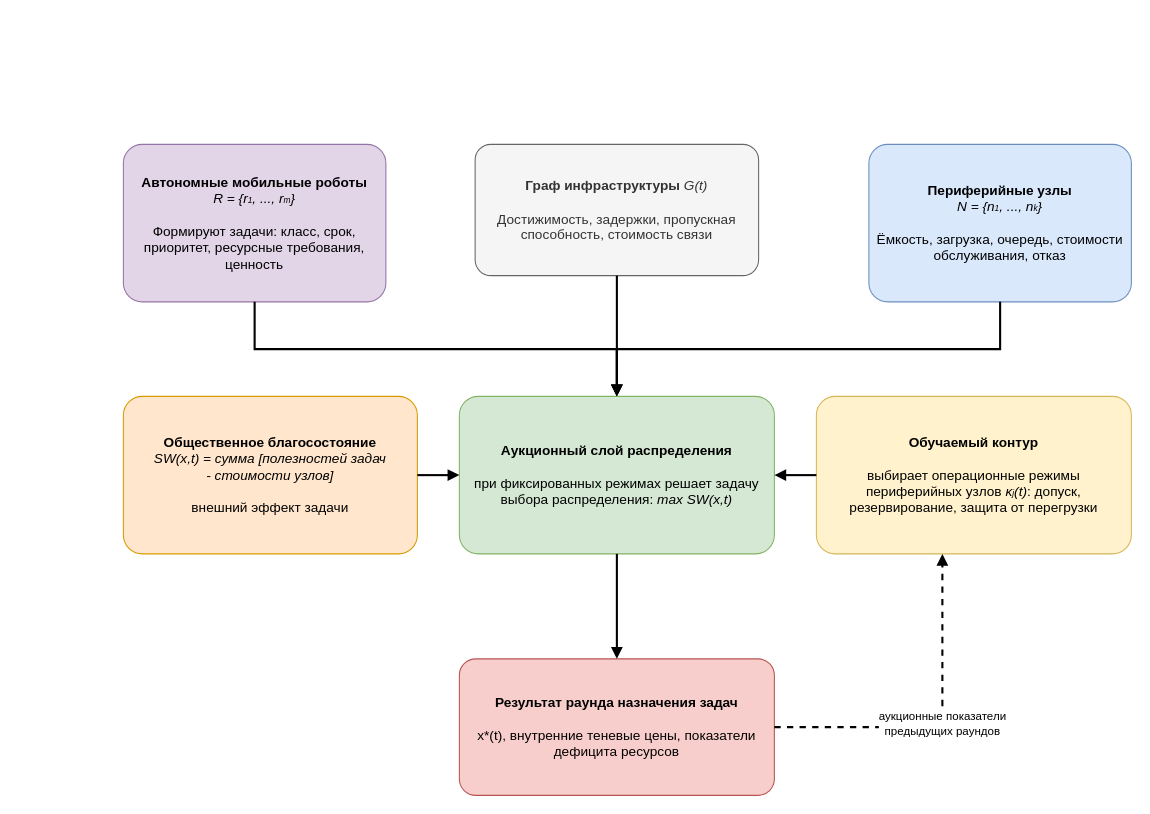
Before: Dissertation/images/drawio/ch2_model_mapping.drawio in Dima12101/SPbU-Phd-LaTeX-Dissertation, a draw.io diagram. Source tidied: cells renumbered, new cells numbered last; positions are measured from the earlier drawing's top-left corner, leaving out a move shared by most shapes. Both pictures are drawn from the tidied source at 105%, with x=0, y=0 at pixel (123, 144).
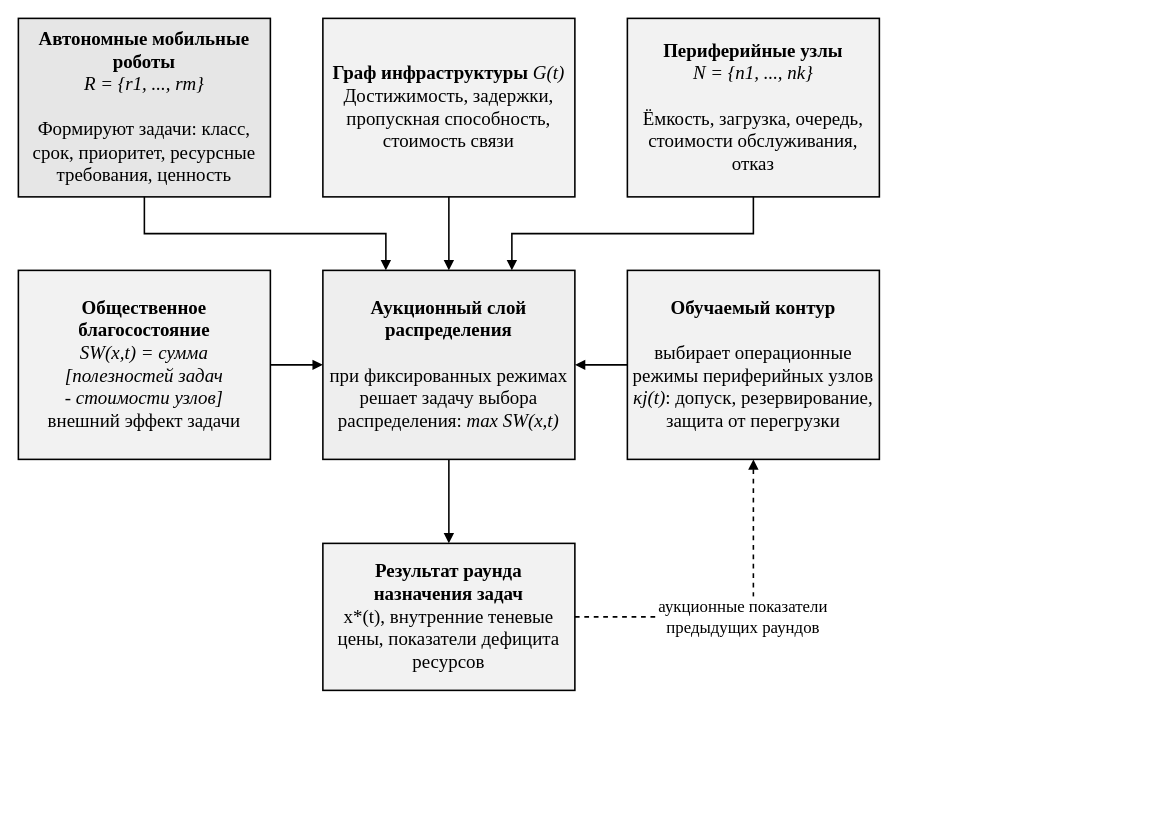
The same diagram, later.

Diff of the diagram source:
```diff
@@
-<mxGraphModel>
+<mxGraphModel background="#ffffff">
@@
-    <mxCell id="2" value="&lt;b&gt;Автономные мобильные роботы&lt;br&gt;&lt;/b&gt;&lt;i&gt;R = {r&lt;font style=&quot;font-size: 8px;&quot;&gt;1&lt;/font&gt;, ..., r&lt;font style=&quot;font-size: 8px;&quot;&gt;m&lt;/font&gt;}&lt;br&gt;&lt;/i&gt;&lt;br&gt;Формируют задачи: класс, срок, приоритет, ресурсные требования, ценность" style="rounded=1;whiteSpace=wrap;html=1;arcSize=12;fillColor=#e1d5e7;strokeColor=#9673a6;fontSize=13;align=center;verticalAlign=middle;spacing=8;" parent="1" vertex="1">
-      <mxGeometry width="250" height="150" as="geometry" />
+    <mxCell id="2" value="&lt;b&gt;Автономные мобильные роботы&lt;br&gt;&lt;/b&gt;&lt;i&gt;R = {r&lt;font style=&quot;&quot;&gt;1&lt;/font&gt;, ..., r&lt;font style=&quot;&quot;&gt;m&lt;/font&gt;}&lt;br&gt;&lt;/i&gt;&lt;br&gt;Формируют задачи: класс, срок, приоритет, ресурсные требования, ценность" style="rounded=0;whiteSpace=wrap;html=1;arcSize=12;fillColor=#e6e6e6;strokeColor=#000000;fontSize=18;align=center;verticalAlign=middle;spacing=6;fontColor=#000000;fontFamily=Times New Roman;shadow=0;gradientColor=none;glass=0;strokeWidth=1.5;" parent="1" vertex="1">
+      <mxGeometry x="-100" y="-120" width="240" height="170" as="geometry" />
     </mxCell>
-    <mxCell id="3" value="&lt;b&gt;Периферийные узлы&lt;br&gt;&lt;/b&gt;&lt;i&gt;N = {n&lt;font style=&quot;font-size: 8px;&quot;&gt;1&lt;/font&gt;, ..., n&lt;font style=&quot;font-size: 8px;&quot;&gt;k&lt;/font&gt;}&lt;br&gt;&lt;/i&gt;&lt;br&gt;Ёмкость, загрузка, очередь, стоимости обслуживания, отказ" style="rounded=1;whiteSpace=wrap;html=1;arcSize=12;fillColor=#dae8fc;strokeColor=#6c8ebf;fontSize=13;align=center;verticalAlign=middle;spacing=8;" parent="1" vertex="1">
-      <mxGeometry x="710" width="250" height="150" as="geometry" />
+    <mxCell id="3" value="&lt;b&gt;Периферийные узлы&lt;br&gt;&lt;/b&gt;&lt;i&gt;N = {n&lt;font style=&quot;&quot;&gt;1&lt;/font&gt;, ..., n&lt;font style=&quot;&quot;&gt;k&lt;/font&gt;}&lt;br&gt;&lt;/i&gt;&lt;br&gt;Ёмкость, загрузка, очередь, стоимости обслуживания, отказ" style="rounded=0;whiteSpace=wrap;html=1;arcSize=12;fillColor=#f2f2f2;strokeColor=#000000;fontSize=18;align=center;verticalAlign=middle;spacing=6;fontColor=#000000;fontFamily=Times New Roman;shadow=0;gradientColor=none;glass=0;strokeWidth=1.5;" parent="1" vertex="1">
+      <mxGeometry x="480" y="-120" width="240" height="170" as="geometry" />
     </mxCell>
-    <mxCell id="4" value="&lt;b&gt;Граф инфраструктуры&lt;/b&gt; &lt;i&gt;G(t)&lt;/i&gt;&lt;br&gt;&lt;br&gt;Достижимость, задержки, пропускная способность, стоимость связи" style="rounded=1;whiteSpace=wrap;html=1;arcSize=12;fillColor=#f5f5f5;strokeColor=#666666;fontSize=13;align=center;verticalAlign=middle;spacing=8;fontColor=#333333;" parent="1" vertex="1">
-      <mxGeometry x="335" width="270" height="125" as="geometry" />
+    <mxCell id="4" value="&lt;b&gt;Граф инфраструктуры&lt;/b&gt; &lt;i&gt;G(t)&lt;/i&gt;&lt;br&gt;Достижимость, задержки, пропускная способность, стоимость связи" style="rounded=0;whiteSpace=wrap;html=1;arcSize=12;fillColor=#f2f2f2;strokeColor=#000000;fontSize=18;align=center;verticalAlign=middle;spacing=6;fontColor=#000000;fontFamily=Times New Roman;shadow=0;gradientColor=none;glass=0;strokeWidth=1.5;" parent="1" vertex="1">
+      <mxGeometry x="190" y="-120" width="240" height="170" as="geometry" />
     </mxCell>
-    <mxCell id="5" value="&lt;b&gt;Обучаемый контур&lt;br&gt;&lt;/b&gt;&lt;br&gt;выбирает операционные режимы периферийных узлов &lt;i&gt;κ&lt;font style=&quot;font-size: 8px;&quot;&gt;j&lt;/font&gt;(t)&lt;/i&gt;: допуск, резервирование, защита от перегрузки" style="rounded=1;whiteSpace=wrap;html=1;arcSize=12;fillColor=#fff2cc;strokeColor=#d6b656;fontSize=13;align=center;verticalAlign=middle;spacing=8;" parent="1" vertex="1">
-      <mxGeometry x="660" y="240" width="300" height="150" as="geometry" />
+    <mxCell id="5" value="&lt;b&gt;Обучаемый контур&lt;br&gt;&lt;/b&gt;&lt;br&gt;выбирает операционные режимы периферийных узлов &lt;i&gt;κ&lt;font style=&quot;&quot;&gt;j&lt;/font&gt;(t)&lt;/i&gt;: допуск, резервирование, защита от перегрузки" style="rounded=0;whiteSpace=wrap;html=1;arcSize=12;fillColor=#f2f2f2;strokeColor=#000000;fontSize=18;align=center;verticalAlign=middle;spacing=6;fontColor=#000000;fontFamily=Times New Roman;shadow=0;gradientColor=none;glass=0;strokeWidth=1.5;" parent="1" vertex="1">
+      <mxGeometry x="480" y="120" width="240" height="180" as="geometry" />
     </mxCell>
-    <mxCell id="6" value="&lt;b&gt;Аукционный слой распределения&lt;br&gt;&lt;/b&gt;&lt;br&gt;при фиксированных режимах решает задачу выбора распределения: &lt;i&gt;max SW(x,t)&lt;/i&gt;" style="rounded=1;whiteSpace=wrap;html=1;arcSize=12;fillColor=#d5e8d4;strokeColor=#82b366;fontSize=13;align=center;verticalAlign=middle;spacing=8;" parent="1" vertex="1">
-      <mxGeometry x="320" y="240" width="300" height="150" as="geometry" />
+    <mxCell id="6" value="&lt;b&gt;Аукционный слой распределения&lt;br&gt;&lt;/b&gt;&lt;br&gt;при фиксированных режимах решает задачу выбора распределения: &lt;i&gt;max SW(x,t)&lt;/i&gt;" style="rounded=0;whiteSpace=wrap;html=1;arcSize=12;fillColor=#eeeeee;strokeColor=#000000;fontSize=18;align=center;verticalAlign=middle;spacing=6;fontColor=#000000;fontFamily=Times New Roman;shadow=0;gradientColor=none;glass=0;strokeWidth=1.5;" parent="1" vertex="1">
+      <mxGeometry x="190" y="120" width="240" height="180" as="geometry" />
     </mxCell>
-    <mxCell id="7" value="&lt;b&gt;Общественное благосостояние &lt;br&gt;&lt;/b&gt;&lt;i&gt;SW(x,t) = сумма [полезностей задач &lt;br&gt;- стоимости узлов]&lt;/i&gt;&lt;br&gt;&lt;br&gt;внешний эффект задачи" style="rounded=1;whiteSpace=wrap;html=1;arcSize=12;fillColor=#ffe6cc;strokeColor=#d79b00;fontSize=13;align=center;verticalAlign=middle;spacing=8;" parent="1" vertex="1">
-      <mxGeometry y="240" width="280" height="150" as="geometry" />
+    <mxCell id="7" value="&lt;b&gt;Общественное благосостояние &lt;br&gt;&lt;/b&gt;&lt;i&gt;SW(x,t) = сумма [полезностей задач &lt;br&gt;- стоимости узлов]&lt;/i&gt;&lt;br&gt;внешний эффект задачи" style="rounded=0;whiteSpace=wrap;html=1;arcSize=12;fillColor=#f2f2f2;strokeColor=#000000;fontSize=18;align=center;verticalAlign=middle;spacing=6;fontColor=#000000;fontFamily=Times New Roman;shadow=0;gradientColor=none;glass=0;strokeWidth=1.5;" parent="1" vertex="1">
+      <mxGeometry x="-100" y="120" width="240" height="180" as="geometry" />
     </mxCell>
-    <mxCell id="8" value="&lt;b&gt;Результат раунда назначения задач&lt;/b&gt;&lt;br&gt;&lt;br&gt;x*(t), внутренние теневые цены, показатели дефицита ресурсов" style="rounded=1;whiteSpace=wrap;html=1;arcSize=12;fillColor=#f8cecc;strokeColor=#b85450;fontSize=13;align=center;verticalAlign=middle;spacing=8;" parent="1" vertex="1">
-      <mxGeometry x="320" y="490" width="300" height="130" as="geometry" />
+    <mxCell id="8" value="&lt;b&gt;Результат раунда назначения задач&lt;/b&gt;&lt;br&gt;x*(t), внутренние теневые цены, показатели дефицита ресурсов" style="rounded=0;whiteSpace=wrap;html=1;arcSize=12;fillColor=#f2f2f2;strokeColor=#000000;fontSize=18;align=center;verticalAlign=middle;spacing=6;fontColor=#000000;fontFamily=Times New Roman;shadow=0;gradientColor=none;glass=0;strokeWidth=1.5;" parent="1" vertex="1">
+      <mxGeometry x="190" y="380" width="240" height="140" as="geometry" />
     </mxCell>
-    <mxCell id="9" style="edgeStyle=orthogonalEdgeStyle;rounded=0;jettySize=auto;html=1;endArrow=block;endFill=1;strokeWidth=2;exitX=0.5;exitY=1;exitDx=0;exitDy=0;" parent="1" edge="1" source="2" target="6">
-      <mxGeometry relative="1" as="geometry" />
+    <mxCell id="9" style="edgeStyle=orthogonalEdgeStyle;rounded=0;jettySize=20;html=1;endArrow=block;endFill=1;strokeWidth=1.5;strokeColor=#000000;fontColor=#000000;fontFamily=Times New Roman;fontSize=16;labelBackgroundColor=#ffffff;shadow=0;startArrow=none;exitX=0.5;exitY=1;entryX=0.25;entryY=0;" parent="1" edge="1" source="2" target="6">
+      <mxGeometry relative="1" as="geometry">
+        <Array as="points">
+          <mxPoint x="20" y="85" />
+          <mxPoint x="250" y="85" />
+        </Array>
+      </mxGeometry>
     </mxCell>
-    <mxCell id="10" style="edgeStyle=orthogonalEdgeStyle;rounded=0;jettySize=auto;html=1;endArrow=block;endFill=1;strokeWidth=2;exitX=0.5;exitY=1;exitDx=0;exitDy=0;" parent="1" edge="1" source="3" target="6">
-      <mxGeometry relative="1" as="geometry" />
+    <mxCell id="10" style="edgeStyle=orthogonalEdgeStyle;rounded=0;jettySize=20;html=1;endArrow=block;endFill=1;strokeWidth=1.5;strokeColor=#000000;fontColor=#000000;fontFamily=Times New Roman;fontSize=16;labelBackgroundColor=#ffffff;shadow=0;startArrow=none;exitX=0.5;exitY=1;entryX=0.75;entryY=0;" parent="1" edge="1" source="3" target="6">
+      <mxGeometry relative="1" as="geometry">
+        <Array as="points">
+          <mxPoint x="600" y="85" />
+          <mxPoint x="370" y="85" />
+        </Array>
+      </mxGeometry>
     </mxCell>
-    <mxCell id="11" style="edgeStyle=orthogonalEdgeStyle;rounded=0;jettySize=auto;html=1;endArrow=block;endFill=1;strokeWidth=2;" parent="1" edge="1" source="4" target="6">
+    <mxCell id="11" style="edgeStyle=orthogonalEdgeStyle;rounded=0;jettySize=20;html=1;endArrow=block;endFill=1;strokeWidth=1.5;strokeColor=#000000;fontColor=#000000;fontFamily=Times New Roman;fontSize=16;labelBackgroundColor=#ffffff;shadow=0;startArrow=none;exitX=0.5;exitY=1;entryX=0.5;entryY=0;" parent="1" edge="1" source="4" target="6">
       <mxGeometry relative="1" as="geometry" />
     </mxCell>
-    <mxCell id="12" style="edgeStyle=orthogonalEdgeStyle;rounded=0;jettySize=auto;html=1;endArrow=block;endFill=1;strokeWidth=2;" parent="1" edge="1" source="5" target="6">
+    <mxCell id="12" style="edgeStyle=orthogonalEdgeStyle;rounded=0;jettySize=20;html=1;endArrow=block;endFill=1;strokeWidth=1.5;strokeColor=#000000;fontColor=#000000;fontFamily=Times New Roman;fontSize=16;labelBackgroundColor=#ffffff;shadow=0;startArrow=none;exitX=0;exitY=0.5;entryX=1;entryY=0.5;" parent="1" edge="1" source="5" target="6">
       <mxGeometry relative="1" as="geometry" />
     </mxCell>
-    <mxCell id="13" style="edgeStyle=orthogonalEdgeStyle;rounded=0;jettySize=auto;html=1;endArrow=block;endFill=1;strokeWidth=2;" parent="1" edge="1" source="7" target="6">
+    <mxCell id="13" style="edgeStyle=orthogonalEdgeStyle;rounded=0;jettySize=20;html=1;endArrow=block;endFill=1;strokeWidth=1.5;strokeColor=#000000;fontColor=#000000;fontFamily=Times New Roman;fontSize=16;labelBackgroundColor=#ffffff;shadow=0;startArrow=none;exitX=1;exitY=0.5;entryX=0;entryY=0.5;" parent="1" edge="1" source="7" target="6">
       <mxGeometry relative="1" as="geometry" />
     </mxCell>
-    <mxCell id="14" style="edgeStyle=orthogonalEdgeStyle;rounded=0;jettySize=auto;html=1;endArrow=block;endFill=1;strokeWidth=2;" parent="1" edge="1" source="6" target="8">
+    <mxCell id="14" style="edgeStyle=orthogonalEdgeStyle;rounded=0;jettySize=20;html=1;endArrow=block;endFill=1;strokeWidth=1.5;strokeColor=#000000;fontColor=#000000;fontFamily=Times New Roman;fontSize=16;labelBackgroundColor=#ffffff;shadow=0;startArrow=none;exitX=0.5;exitY=1;entryX=0.5;entryY=0;" parent="1" edge="1" source="6" target="8">
       <mxGeometry relative="1" as="geometry" />
     </mxCell>
-    <mxCell id="15" value="аукционные показатели&lt;br&gt;предыдущих раундов" style="edgeStyle=orthogonalEdgeStyle;rounded=0;jettySize=auto;html=1;endArrow=block;endFill=1;strokeWidth=2;dashed=1;" parent="1" edge="1" source="8" target="5">
+    <mxCell id="15" value="аукционные показатели&lt;br&gt;предыдущих раундов" style="edgeStyle=orthogonalEdgeStyle;rounded=0;jettySize=20;html=1;endArrow=block;endFill=1;strokeWidth=1.5;dashed=1;strokeColor=#000000;fontColor=#000000;fontFamily=Times New Roman;fontSize=16;labelBackgroundColor=#ffffff;shadow=0;startArrow=none;exitX=1;exitY=0.5;entryX=0.5;entryY=1;" parent="1" edge="1" source="8" target="5">
       <mxGeometry relative="1" as="geometry">
         <Array as="points">
-          <mxPoint x="780" y="555" />
-          <mxPoint x="780" y="390" />
+          <mxPoint x="600" y="450" />
         </Array>
       </mxGeometry>
     </mxCell>
```
